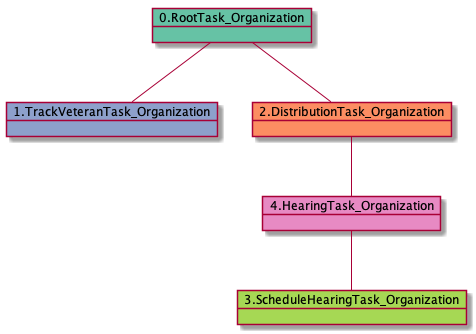
This is docs-H/uml/RTO-42769.png from yoomlam/graphing, a PlantUML export, as it was before one commit. The source it was exported from:
```plantuml
@startuml
object 0.RootTask_Organization #66c2a5
object 1.TrackVeteranTask_Organization #8da0cb
object 2.DistributionTask_Organization #fc8d62
object 3.ScheduleHearingTask_Organization #a6d854
object 4.HearingTask_Organization #e78ac3
0.RootTask_Organization -- 1.TrackVeteranTask_Organization
0.RootTask_Organization -- 2.DistributionTask_Organization
4.HearingTask_Organization -- 3.ScheduleHearingTask_Organization
2.DistributionTask_Organization -- 4.HearingTask_Organization
@enduml
```
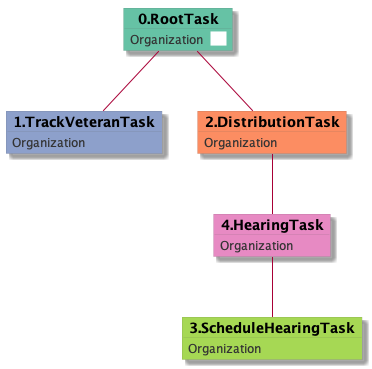
The same file after the commit.

What changed in the source:
```diff
@@ -1,11 +1,29 @@
 @startuml
-object 0.RootTask_Organization #66c2a5
-object 1.TrackVeteranTask_Organization #8da0cb
-object 2.DistributionTask_Organization #fc8d62
-object 3.ScheduleHearingTask_Organization #a6d854
-object 4.HearingTask_Organization #e78ac3
-0.RootTask_Organization -- 1.TrackVeteranTask_Organization
-0.RootTask_Organization -- 2.DistributionTask_Organization
-4.HearingTask_Organization -- 3.ScheduleHearingTask_Organization
-2.DistributionTask_Organization -- 4.HearingTask_Organization
+skinparam {
+  ObjectBorderColor #555
+  ObjectBorderThickness 0
+  ObjectFontStyle bold
+  ObjectFontSize 14
+  ObjectAttributeFontColor #333
+  ObjectAttributeFontSize 12
+}
+  object 0.RootTask #66c2a5 {
+Organization  <back:white>    </back>
+}
+  object 1.TrackVeteranTask #8da0cb {
+Organization
+}
+  object 2.DistributionTask #fc8d62 {
+Organization
+}
+  object 3.ScheduleHearingTask #a6d854 {
+Organization
+}
+  object 4.HearingTask #e78ac3 {
+Organization
+}
+0.RootTask -- 1.TrackVeteranTask
+0.RootTask -- 2.DistributionTask
+4.HearingTask -- 3.ScheduleHearingTask
+2.DistributionTask -- 4.HearingTask
 @enduml
```
